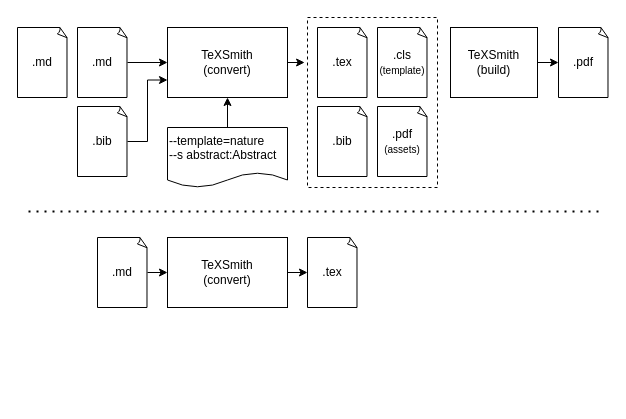
yves-chevallier/texsmith keeps this draw.io diagram as docs/assets/workflow.drawio. Above is the earlier version. Source tidied: cells renumbered, new cells numbered last; positions are measured from the earlier drawing's top-left corner, leaving out a move shared by most shapes. Both pictures are drawn from the tidied source at 100%, with x=0, y=0 at pixel (17, 17).
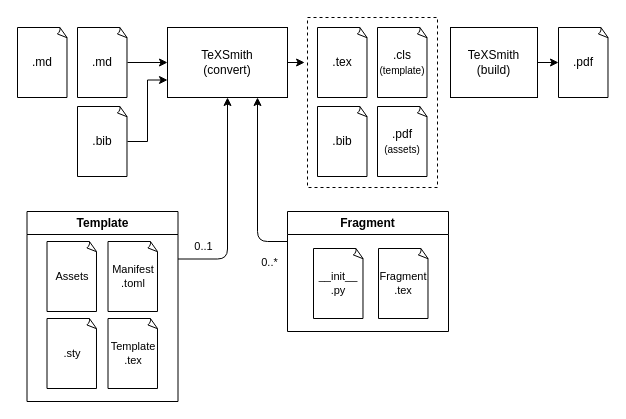
After the change.

The change refers to these unchanged cells:
```xml
<mxCell id="6" value="TeXSmith&lt;div&gt;(convert)&lt;/div&gt;" style="rounded=0;whiteSpace=wrap;html=1;fillColor=none;" parent="1" vertex="1">
  <mxGeometry x="150" y="10" width="120" height="70" as="geometry" />
</mxCell>
```

The edit, as a diff of the source:
```diff
@@
-    <mxCell id="9" style="edgeStyle=orthogonalEdgeStyle;rounded=0;jettySize=auto;html=1;exitX=0.5;exitY=0;exitDx=0;exitDy=0;entryX=0.5;entryY=1;entryDx=0;entryDy=0;" parent="1" edge="1" source="10" target="6">
+    <mxCell id="9" style="edgeStyle=orthogonalEdgeStyle;rounded=1;jettySize=auto;html=1;exitX=1;exitY=0.25;exitDx=0;exitDy=0;entryX=0.5;entryY=1;entryDx=0;entryDy=0;curved=0;" parent="1" edge="1" source="25" target="6">
       <mxGeometry relative="1" as="geometry" />
     </mxCell>
-    <mxCell id="10" value="--template=nature&lt;div&gt;--s abstract:Abstract&lt;/div&gt;" style="shape=document;whiteSpace=wrap;html=1;boundedLbl=1;size=0.25;align=left;verticalAlign=top;fillColor=none;" parent="1" vertex="1">
-      <mxGeometry x="150" y="110" width="120" height="60" as="geometry" />
-    </mxCell>
@@
-    <mxCell id="19" value="TeXSmith&lt;div&gt;(convert)&lt;/div&gt;" style="rounded=0;whiteSpace=wrap;html=1;fillColor=none;" parent="1" vertex="1">
-      <mxGeometry x="150" y="220" width="120" height="70" as="geometry" />
-    </mxCell>
-    <mxCell id="20" style="edgeStyle=orthogonalEdgeStyle;rounded=0;jettySize=auto;html=1;exitX=1;exitY=0.5;exitDx=0;exitDy=0;exitPerimeter=0;entryX=0;entryY=0.5;entryDx=0;entryDy=0;" parent="1" edge="1" source="21" target="19">
-      <mxGeometry relative="1" as="geometry" />
-    </mxCell>
-    <mxCell id="21" value=".md" style="whiteSpace=wrap;html=1;shape=mxgraph.basic.document;fillColor=none;" parent="1" vertex="1">
-      <mxGeometry x="80" y="220" width="50" height="70" as="geometry" />
-    </mxCell>
-    <mxCell id="22" value=".tex" style="whiteSpace=wrap;html=1;shape=mxgraph.basic.document;fillColor=none;" parent="1" vertex="1">
-      <mxGeometry x="290" y="220" width="50" height="70" as="geometry" />
-    </mxCell>
-    <mxCell id="23" style="edgeStyle=orthogonalEdgeStyle;rounded=0;jettySize=auto;html=1;exitX=1;exitY=0.5;exitDx=0;exitDy=0;entryX=0;entryY=0.5;entryDx=0;entryDy=0;entryPerimeter=0;" parent="1" edge="1" source="19" target="22">
-      <mxGeometry relative="1" as="geometry" />
-    </mxCell>
-    <mxCell id="24" style="endArrow=none;dashed=1;html=1;dashPattern=1 3;strokeWidth=2;rounded=0;" parent="1" edge="1">
-      <mxGeometry relative="1" as="geometry">
-        <mxPoint x="11" y="194" as="sourcePoint" />
-        <mxPoint x="581" y="194" as="targetPoint" />
-      </mxGeometry>
-    </mxCell>
+    <mxCell id="25" value="Template" style="swimlane;whiteSpace=wrap;html=1;" parent="1" vertex="1">
+      <mxGeometry x="9.5" y="194" width="151" height="190" as="geometry" />
+    </mxCell>
+    <mxCell id="26" value="&lt;div&gt;Assets&lt;/div&gt;" style="whiteSpace=wrap;html=1;shape=mxgraph.basic.document;fillColor=none;fontSize=11;" parent="25" vertex="1">
+      <mxGeometry x="20" y="30" width="50" height="70" as="geometry" />
+    </mxCell>
+    <mxCell id="27" value="&lt;div&gt;Manifest&lt;/div&gt;.toml" style="whiteSpace=wrap;html=1;shape=mxgraph.basic.document;fillColor=none;fontSize=11;" parent="25" vertex="1">
+      <mxGeometry x="81" y="30" width="50" height="70" as="geometry" />
+    </mxCell>
+    <mxCell id="28" value="&lt;div&gt;.sty&lt;/div&gt;" style="whiteSpace=wrap;html=1;shape=mxgraph.basic.document;fillColor=none;fontSize=11;" parent="25" vertex="1">
+      <mxGeometry x="20" y="107" width="50" height="70" as="geometry" />
+    </mxCell>
+    <mxCell id="29" value="&lt;div&gt;Template&lt;/div&gt;&lt;div&gt;.tex&lt;/div&gt;" style="whiteSpace=wrap;html=1;shape=mxgraph.basic.document;fillColor=none;fontSize=11;" parent="25" vertex="1">
+      <mxGeometry x="81" y="107" width="50" height="70" as="geometry" />
+    </mxCell>
+    <mxCell id="30" style="edgeStyle=orthogonalEdgeStyle;html=1;exitX=0;exitY=0.25;exitDx=0;exitDy=0;entryX=0.75;entryY=1;entryDx=0;entryDy=0;" parent="1" edge="1" source="32" target="6">
+      <mxGeometry relative="1" as="geometry" />
+    </mxCell>
+    <mxCell id="31" value="0..*" style="edgeLabel;html=1;align=center;verticalAlign=middle;" parent="30" vertex="1">
+      <mxGeometry x="-0.78" y="-1" relative="1" as="geometry">
+        <mxPoint y="21" as="offset" />
+      </mxGeometry>
+    </mxCell>
+    <mxCell id="32" value="Fragment" style="swimlane;whiteSpace=wrap;html=1;labelBackgroundColor=default;" parent="1" vertex="1">
+      <mxGeometry x="270" y="194" width="161" height="120" as="geometry" />
+    </mxCell>
+    <mxCell id="33" value="&lt;div&gt;Fragment&lt;/div&gt;&lt;div&gt;.tex&lt;/div&gt;" style="whiteSpace=wrap;html=1;shape=mxgraph.basic.document;fillColor=none;fontSize=11;" parent="32" vertex="1">
+      <mxGeometry x="91" y="37" width="50" height="70" as="geometry" />
+    </mxCell>
+    <mxCell id="34" value="&lt;div&gt;__init__&lt;/div&gt;&lt;div&gt;.py&lt;/div&gt;" style="whiteSpace=wrap;html=1;shape=mxgraph.basic.document;fillColor=none;fontSize=11;" parent="32" vertex="1">
+      <mxGeometry x="26" y="37" width="50" height="70" as="geometry" />
+    </mxCell>
+    <mxCell id="35" value="0..1" style="edgeLabel;html=1;align=center;verticalAlign=middle;" parent="1" vertex="1">
+      <mxGeometry x="191" y="234" as="geometry">
+        <mxPoint x="-6" y="-6" as="offset" />
+      </mxGeometry>
+    </mxCell>
```
